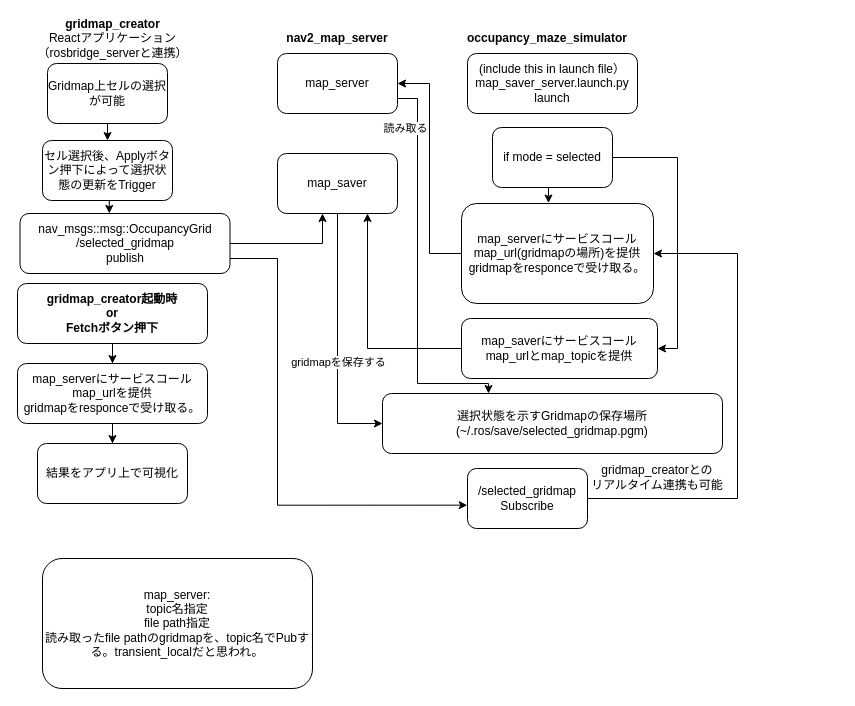
Above: occupancy_maze_simulator/doc/customizable_gridmap_handling.drawio in pampem/OccupancyMazeSimulator (draw.io), before the change. Source tidied: cells renumbered, new cells numbered last; positions are measured from the earlier drawing's top-left corner, leaving out a move shared by most shapes. Both pictures are drawn from the tidied source at 100%, with x=0, y=0 at pixel (17, 18).
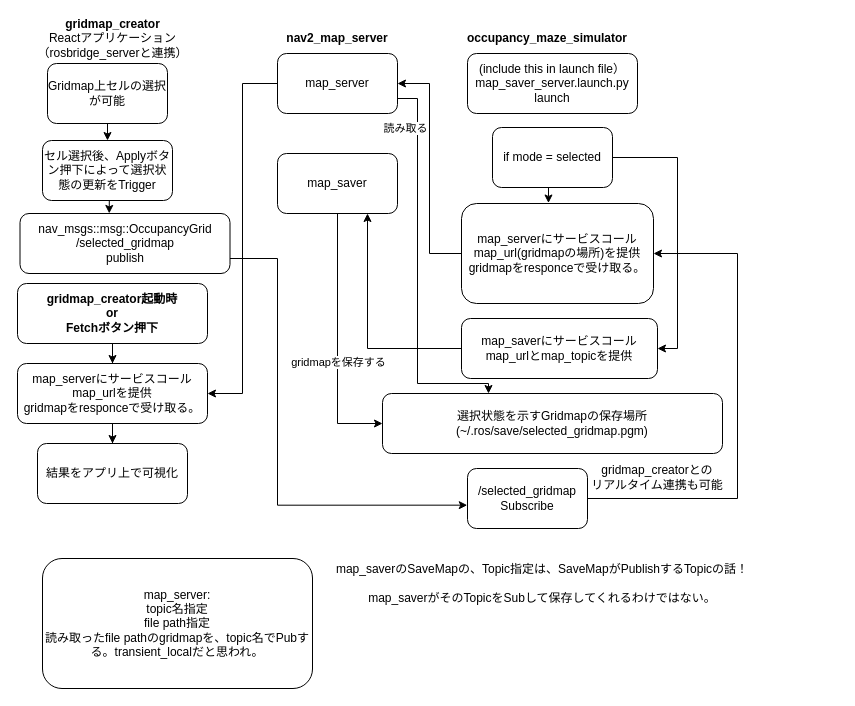
The same diagram, later.

Commit message (it also covers changes not shown here):
Adds support for selected gridmap handling and map saving

Unchanged cells that the change refers to:
```xml
<mxCell id="6" value="nav_msgs::msg::OccupancyGrid&lt;div&gt;/selected_gridmap&lt;/div&gt;&lt;div&gt;publish&lt;/div&gt;" style="rounded=1;whiteSpace=wrap;html=1;" parent="1" vertex="1">
  <mxGeometry x="2.5" y="195" width="210" height="60" as="geometry" />
</mxCell>
<mxCell id="9" value="map_server" style="rounded=1;whiteSpace=wrap;html=1;" parent="1" vertex="1">
  <mxGeometry x="260" y="35" width="120" height="60" as="geometry" />
</mxCell>
<mxCell id="19" value="map_saver" style="rounded=1;whiteSpace=wrap;html=1;" parent="1" vertex="1">
  <mxGeometry x="260" y="135" width="120" height="60" as="geometry" />
</mxCell>
<mxCell id="29" value="map_serverにサービスコール&lt;div&gt;map_urlを提供&lt;/div&gt;&lt;div&gt;gridmapをresponceで受け取る。&lt;/div&gt;" style="rounded=1;whiteSpace=wrap;html=1;" parent="1" vertex="1">
  <mxGeometry y="345" width="190" height="60" as="geometry" />
</mxCell>
```

What changed in the source:
```diff
@@
+    <mxCell id="36" style="edgeStyle=orthogonalEdgeStyle;rounded=0;jettySize=auto;html=1;exitX=0;exitY=0.5;exitDx=0;exitDy=0;entryX=1;entryY=0.5;entryDx=0;entryDy=0;" parent="1" edge="1" source="9" target="29">
+      <mxGeometry relative="1" as="geometry" />
+    </mxCell>
@@
-    <mxCell id="20" style="edgeStyle=orthogonalEdgeStyle;rounded=0;jettySize=auto;html=1;exitX=1;exitY=0.5;exitDx=0;exitDy=0;entryX=0.375;entryY=1;entryDx=0;entryDy=0;entryPerimeter=0;" parent="1" edge="1" source="6" target="19">
-      <mxGeometry relative="1" as="geometry" />
-    </mxCell>
@@
+    <mxCell id="37" value="map_saverのSaveMapの、Topic指定は、SaveMapがPublishするTopicの話！&lt;div&gt;&lt;br&gt;&lt;/div&gt;&lt;div&gt;map_saverがそのTopicをSubして保存してくれるわけではない。&lt;/div&gt;" style="text;html=1;align=center;verticalAlign=middle;whiteSpace=wrap;rounded=0;" parent="1" vertex="1">
+      <mxGeometry x="230" y="550" width="590" height="30" as="geometry" />
+    </mxCell>
```
